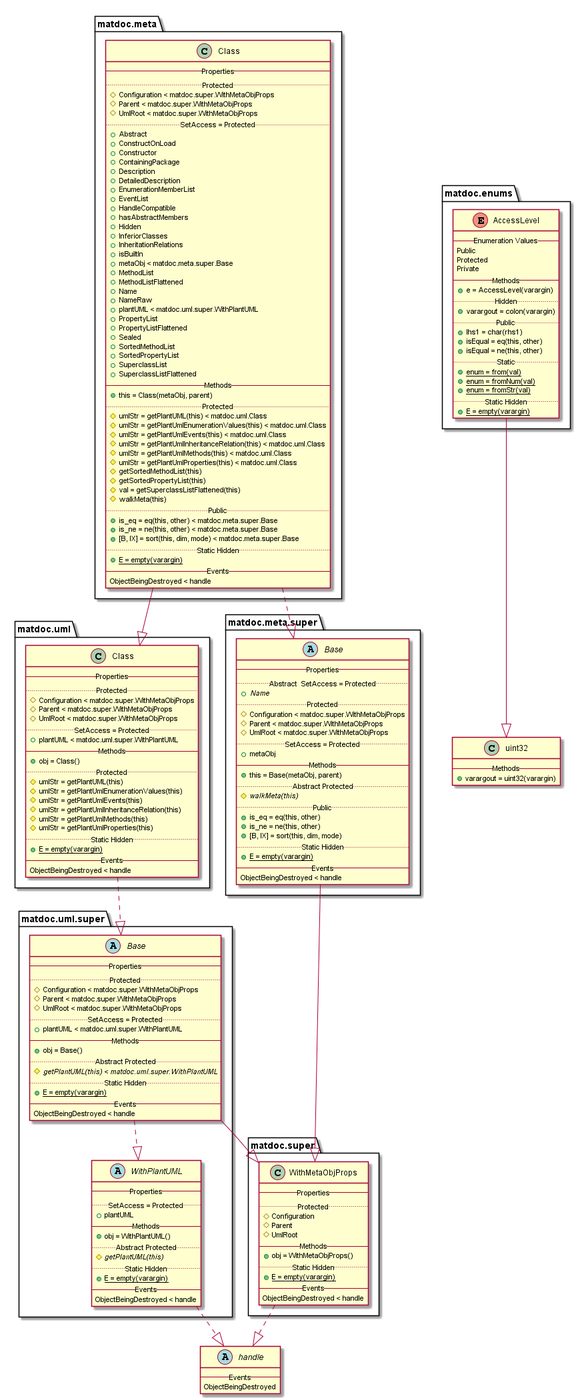
Earlier version of the PlantUML export doc/uml-examples/export-class-IngoreBuiltInInheritance-true.png (flxdot/matdoc).
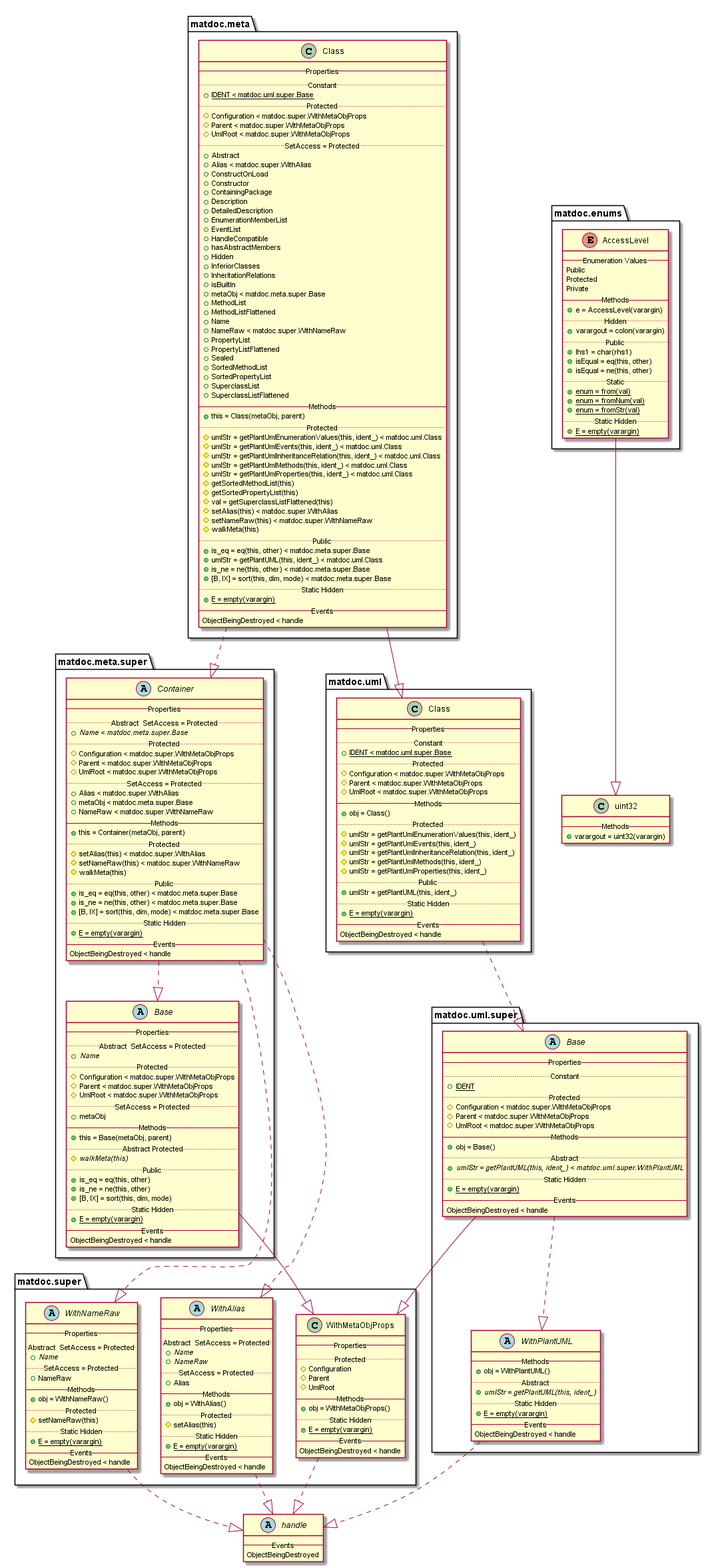
The same file after the commit.

The edit, as a diff of the source:
```diff
@@ -20,23 +20,26 @@
    {method} + isEqual = eq(this, other)
    {method} + isEqual = ne(this, other)
    .. Static ..
-   {method}{static} + enum = from(val)
-   {method}{static} + enum = fromNum(val)
-   {method}{static} + enum = fromStr(val)
+   {method} {static} + enum = from(val)
+   {method} {static} + enum = fromNum(val)
+   {method} {static} + enum = fromStr(val)
    .. Static Hidden ..
-   {method}{static} + E = empty(varargin)
+   {method} {static} + E = empty(varargin)
 }
 
 matdoc.enums.AccessLevel --|> uint32
 
 class matdoc.meta.Class {
    -- Properties --
+   .. Constant ..
+   {field} {static} + IDENT < matdoc.uml.super.Base
    .. Protected ..
    {field} # Configuration < matdoc.super.WithMetaObjProps
    {field} # Parent < matdoc.super.WithMetaObjProps
    {field} # UmlRoot < matdoc.super.WithMetaObjProps
    .. SetAccess = Protected ..
    {field} + Abstract
+   {field} + Alias < matdoc.super.WithAlias
    {field} + ConstructOnLoad
    {field} + Constructor
    {field} + ContainingPackage
@@ -54,8 +57,7 @@
    {field} + MethodList
    {field} + MethodListFlattened
    {field} + Name
-   {field} + NameRaw
-   {field} + plantUML < matdoc.uml.super.WithPlantUML
+   {field} + NameRaw < matdoc.super.WithNameRaw
    {field} + PropertyList
    {field} + PropertyListFlattened
    {field} + Sealed
@@ -66,33 +68,35 @@
    -- Methods --
    {method} + this = Class(metaObj, parent)
    .. Protected ..
-   {method} # umlStr = getPlantUML(this) < matdoc.uml.Class
-   {method} # umlStr = getPlantUmlEnumerationValues(this) < matdoc.uml.Class
-   {method} # umlStr = getPlantUmlEvents(this) < matdoc.uml.Class
-   {method} # umlStr = getPlantUmlInheritanceRelation(this) < matdoc.uml.Class
-   {method} # umlStr = getPlantUmlMethods(this) < matdoc.uml.Class
-   {method} # umlStr = getPlantUmlProperties(this) < matdoc.uml.Class
+   {method} # umlStr = getPlantUmlEnumerationValues(this, ident_) < matdoc.uml.Class
+   {method} # umlStr = getPlantUmlEvents(this, ident_) < matdoc.uml.Class
+   {method} # umlStr = getPlantUmlInheritanceRelation(this, ident_) < matdoc.uml.Class
+   {method} # umlStr = getPlantUmlMethods(this, ident_) < matdoc.uml.Class
+   {method} # umlStr = getPlantUmlProperties(this, ident_) < matdoc.uml.Class
    {method} # getSortedMethodList(this)
    {method} # getSortedPropertyList(this)
    {method} # val = getSuperclassListFlattened(this)
+   {method} # setAlias(this) < matdoc.super.WithAlias
+   {method} # setNameRaw(this) < matdoc.super.WithNameRaw
    {method} # walkMeta(this)
    .. Public ..
    {method} + is_eq = eq(this, other) < matdoc.meta.super.Base
+   {method} + umlStr = getPlantUML(this, ident_) < matdoc.uml.Class
    {method} + is_ne = ne(this, other) < matdoc.meta.super.Base
    {method} + [B, IX] = sort(this, dim, mode) < matdoc.meta.super.Base
    .. Static Hidden ..
-   {method}{static} + E = empty(varargin)
+   {method} {static} + E = empty(varargin)
    -- Events --
    ObjectBeingDestroyed < handle
 }
 
-matdoc.meta.Class ..|> matdoc.meta.super.Base
+matdoc.meta.Class ..|> matdoc.meta.super.Container
 matdoc.meta.Class --|> matdoc.uml.Class
 
 abstract class matdoc.meta.super.Base {
    -- Properties --
    .. Abstract  SetAccess = Protected ..
-   {field}{abstract} + Name
+   {field} {abstract} + Name
    .. Protected ..
    {field} # Configuration < matdoc.super.WithMetaObjProps
    {field} # Parent < matdoc.super.WithMetaObjProps
@@ -102,18 +106,69 @@
    -- Methods --
    {method} + this = Base(metaObj, parent)
    .. Abstract Protected ..
-   {method}{abstract} # walkMeta(this)
+   {method} {abstract} # walkMeta(this)
    .. Public ..
    {method} + is_eq = eq(this, other)
    {method} + is_ne = ne(this, other)
    {method} + [B, IX] = sort(this, dim, mode)
    .. Static Hidden ..
-   {method}{static} + E = empty(varargin)
+   {method} {static} + E = empty(varargin)
    -- Events --
    ObjectBeingDestroyed < handle
 }
 
 matdoc.meta.super.Base --|> matdoc.super.WithMetaObjProps
+
+abstract class matdoc.meta.super.Container {
+   -- Properties --
+   .. Abstract  SetAccess = Protected ..
+   {field} {abstract} + Name < matdoc.meta.super.Base
+   .. Protected ..
+   {field} # Configuration < matdoc.super.WithMetaObjProps
+   {field} # Parent < matdoc.super.WithMetaObjProps
+   {field} # UmlRoot < matdoc.super.WithMetaObjProps
+   .. SetAccess = Protected ..
+   {field} + Alias < matdoc.super.WithAlias
+   {field} + metaObj < matdoc.meta.super.Base
+   {field} + NameRaw < matdoc.super.WithNameRaw
+   -- Methods --
+   {method} + this = Container(metaObj, parent)
+   .. Protected ..
+   {method} # setAlias(this) < matdoc.super.WithAlias
+   {method} # setNameRaw(this) < matdoc.super.WithNameRaw
+   {method} # walkMeta(this)
+   .. Public ..
+   {method} + is_eq = eq(this, other) < matdoc.meta.super.Base
+   {method} + is_ne = ne(this, other) < matdoc.meta.super.Base
+   {method} + [B, IX] = sort(this, dim, mode) < matdoc.meta.super.Base
+   .. Static Hidden ..
+   {method} {static} + E = empty(varargin)
+   -- Events --
+   ObjectBeingDestroyed < handle
+}
+
+matdoc.meta.super.Container ..|> matdoc.meta.super.Base
+matdoc.meta.super.Container ..|> matdoc.super.WithNameRaw
+matdoc.meta.super.Container ..|> matdoc.super.WithAlias
+
+abstract class matdoc.super.WithAlias {
+   -- Properties --
+   .. Abstract  SetAccess = Protected ..
+   {field} {abstract} + Name
+   {field} {abstract} + NameRaw
+   .. SetAccess = Protected ..
+   {field} + Alias
+   -- Methods --
+   {method} + obj = WithAlias()
+   .. Protected ..
+   {method} # setAlias(this)
+   .. Static Hidden ..
+   {method} {static} + E = empty(varargin)
+   -- Events --
+   ObjectBeingDestroyed < handle
+}
+
+matdoc.super.WithAlias ..|> handle
 
 class matdoc.super.WithMetaObjProps {
    -- Properties --
@@ -124,32 +179,51 @@
    -- Methods --
    {method} + obj = WithMetaObjProps()
    .. Static Hidden ..
-   {method}{static} + E = empty(varargin)
+   {method} {static} + E = empty(varargin)
    -- Events --
    ObjectBeingDestroyed < handle
 }
 
 matdoc.super.WithMetaObjProps ..|> handle
 
+abstract class matdoc.super.WithNameRaw {
+   -- Properties --
+   .. Abstract  SetAccess = Protected ..
+   {field} {abstract} + Name
+   .. SetAccess = Protected ..
+   {field} + NameRaw
+   -- Methods --
+   {method} + obj = WithNameRaw()
+   .. Protected ..
+   {method} # setNameRaw(this)
+   .. Static Hidden ..
+   {method} {static} + E = empty(varargin)
+   -- Events --
+   ObjectBeingDestroyed < handle
+}
+
+matdoc.super.WithNameRaw ..|> handle
+
 class matdoc.uml.Class {
    -- Properties --
+   .. Constant ..
+   {field} {static} + IDENT < matdoc.uml.super.Base
    .. Protected ..
    {field} # Configuration < matdoc.super.WithMetaObjProps
    {field} # Parent < matdoc.super.WithMetaObjProps
    {field} # UmlRoot < matdoc.super.WithMetaObjProps
-   .. SetAccess = Protected ..
-   {field} + plantUML < matdoc.uml.super.WithPlantUML
    -- Methods --
    {method} + obj = Class()
    .. Protected ..
-   {method} # umlStr = getPlantUML(this)
-   {method} # umlStr = getPlantUmlEnumerationValues(this)
-   {method} # umlStr = getPlantUmlEvents(this)
-   {method} # umlStr = getPlantUmlInheritanceRelation(this)
-   {method} # umlStr = getPlantUmlMethods(this)
-   {method} # umlStr = getPlantUmlProperties(this)
+   {method} # umlStr = getPlantUmlEnumerationValues(this, ident_)
+   {method} # umlStr = getPlantUmlEvents(this, ident_)
+   {method} # umlStr = getPlantUmlInheritanceRelation(this, ident_)
+   {method} # umlStr = getPlantUmlMethods(this, ident_)
+   {method} # umlStr = getPlantUmlProperties(this, ident_)
+   .. Public ..
+   {method} + umlStr = getPlantUML(this, ident_)
    .. Static Hidden ..
-   {method}{static} + E = empty(varargin)
+   {method} {static} + E = empty(varargin)
    -- Events --
    ObjectBeingDestroyed < handle
 }
@@ -158,18 +232,18 @@
 
 abstract class matdoc.uml.super.Base {
    -- Properties --
+   .. Constant ..
+   {field} {static} + IDENT
    .. Protected ..
    {field} # Configuration < matdoc.super.WithMetaObjProps
    {field} # Parent < matdoc.super.WithMetaObjProps
    {field} # UmlRoot < matdoc.super.WithMetaObjProps
-   .. SetAccess = Protected ..
-   {field} + plantUML < matdoc.uml.super.WithPlantUML
    -- Methods --
    {method} + obj = Base()
-   .. Abstract Protected ..
-   {method}{abstract} # getPlantUML(this) < matdoc.uml.super.WithPlantUML
+   .. Abstract ..
+   {method} {abstract} + umlStr = getPlantUML(this, ident_) < matdoc.uml.super.WithPlantUML
    .. Static Hidden ..
-   {method}{static} + E = empty(varargin)
+   {method} {static} + E = empty(varargin)
    -- Events --
    ObjectBeingDestroyed < handle
 }
@@ -178,15 +252,12 @@
 matdoc.uml.super.Base ..|> matdoc.uml.super.WithPlantUML
 
 abstract class matdoc.uml.super.WithPlantUML {
-   -- Properties --
-   .. SetAccess = Protected ..
-   {field} + plantUML
    -- Methods --
    {method} + obj = WithPlantUML()
-   .. Abstract Protected ..
-   {method}{abstract} # getPlantUML(this)
+   .. Abstract ..
+   {method} {abstract} + umlStr = getPlantUML(this, ident_)
    .. Static Hidden ..
-   {method}{static} + E = empty(varargin)
+   {method} {static} + E = empty(varargin)
    -- Events --
    ObjectBeingDestroyed < handle
 }
```
